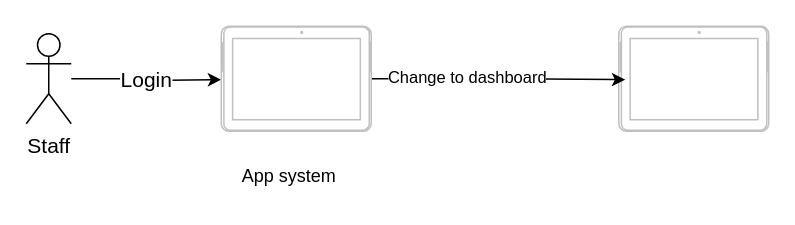
This is wireframe_explaination/work flow 2.drawio from duongminhthanh/app_system_management_visitor_for_old_aparment, a draw.io file, before an edit. Source tidied: cells renumbered, new cells numbered last; positions are measured from the earlier drawing's top-left corner, leaving out a move shared by most shapes. Both pictures are drawn from the tidied source at 150%, with x=0, y=0 at pixel (26, 26).
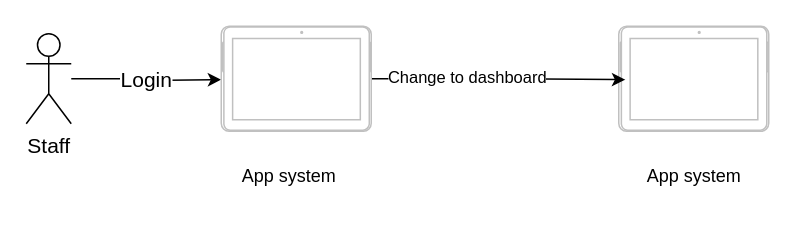
After the change.

Diff of the diagram source:
```diff
@@
 <mxGraphModel>
   <root>
     <mxCell id="0" />
     <mxCell id="1" parent="0" />
     <mxCell id="2" value="Login" style="edgeStyle=orthogonalEdgeStyle;rounded=0;jettySize=auto;html=1;entryX=0.563;entryY=0;entryDx=0;entryDy=0;entryPerimeter=0;fontSize=14;" parent="1" edge="1" source="3">
       <mxGeometry relative="1" as="geometry">
         <mxPoint x="130" y="35.6" as="targetPoint" />
       </mxGeometry>
     </mxCell>
     <mxCell id="3" value="Staff" style="shape=umlActor;verticalLabelPosition=bottom;verticalAlign=top;html=1;outlineConnect=0;fontSize=14;" parent="1" vertex="1">
       <mxGeometry y="5" width="30" height="60" as="geometry" />
     </mxCell>
     <mxCell id="4" value="App system" style="text;html=1;align=center;verticalAlign=middle;strokeColor=none;fillColor=none;" parent="1" vertex="1">
       <mxGeometry x="130" y="85" width="90" height="30" as="geometry" />
     </mxCell>
     <mxCell id="5" style="verticalLabelPosition=bottom;verticalAlign=top;html=1;shadow=0;dashed=0;strokeWidth=1;shape=mxgraph.android.tab2;strokeColor=#c0c0c0;direction=north;" parent="1" vertex="1">
       <mxGeometry x="395" width="100" height="70" as="geometry" />
     </mxCell>
     <mxCell id="6" style="edgeStyle=orthogonalEdgeStyle;rounded=0;jettySize=auto;html=1;entryX=0.491;entryY=0.044;entryDx=0;entryDy=0;entryPerimeter=0;" parent="1" edge="1" source="8" target="5">
       <mxGeometry relative="1" as="geometry" />
     </mxCell>
     <mxCell id="7" value="Change to dashboard" style="edgeLabel;html=1;align=center;verticalAlign=middle;" parent="6" vertex="1">
       <mxGeometry x="-0.26" y="2" relative="1" as="geometry" />
     </mxCell>
     <mxCell id="8" style="verticalLabelPosition=bottom;verticalAlign=top;html=1;shadow=0;dashed=0;strokeWidth=1;shape=mxgraph.android.tab2;strokeColor=#c0c0c0;direction=north;" parent="1" vertex="1">
       <mxGeometry x="130" width="100" height="70" as="geometry" />
     </mxCell>
+    <mxCell id="9" value="App system" style="text;html=1;align=center;verticalAlign=middle;strokeColor=none;fillColor=none;" parent="1" vertex="1">
+      <mxGeometry x="400" y="85" width="90" height="30" as="geometry" />
+    </mxCell>
   </root>
 </mxGraphModel>
```
